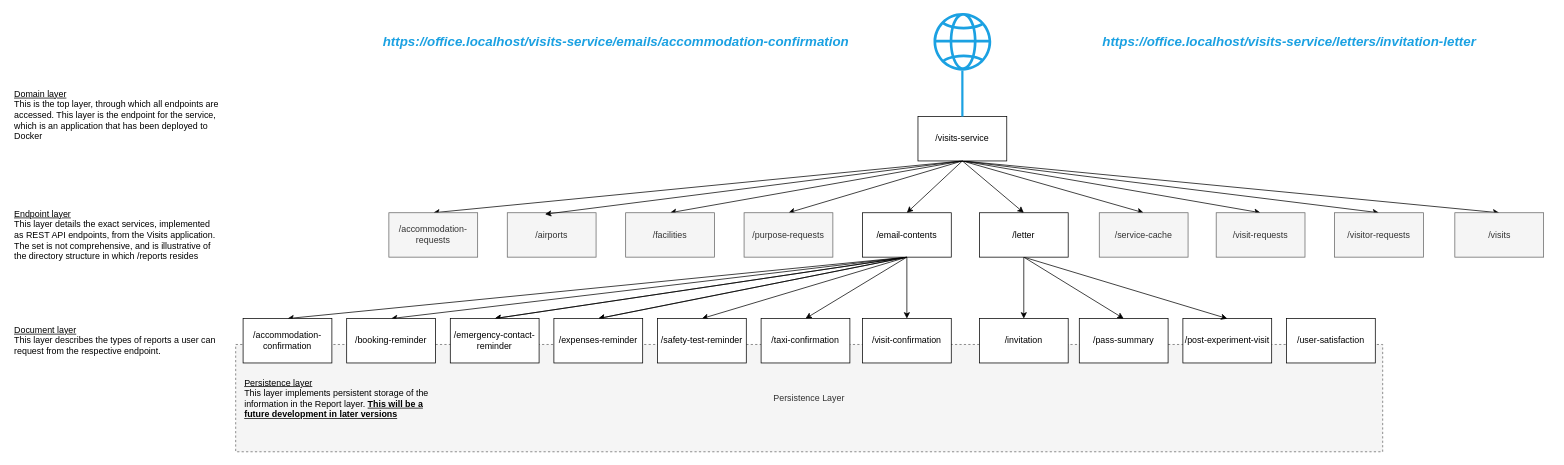
Earlier version of the draw.io diagram Service URL hierarchy.drawio (ambolt314/FinalProjectDesign). Source tidied: cells renumbered, new cells numbered last; positions are measured from the earlier drawing's top-left corner, leaving out a move shared by most shapes. Both pictures are drawn from the tidied source at 74%, with x=0, y=0 at pixel (13, 13).
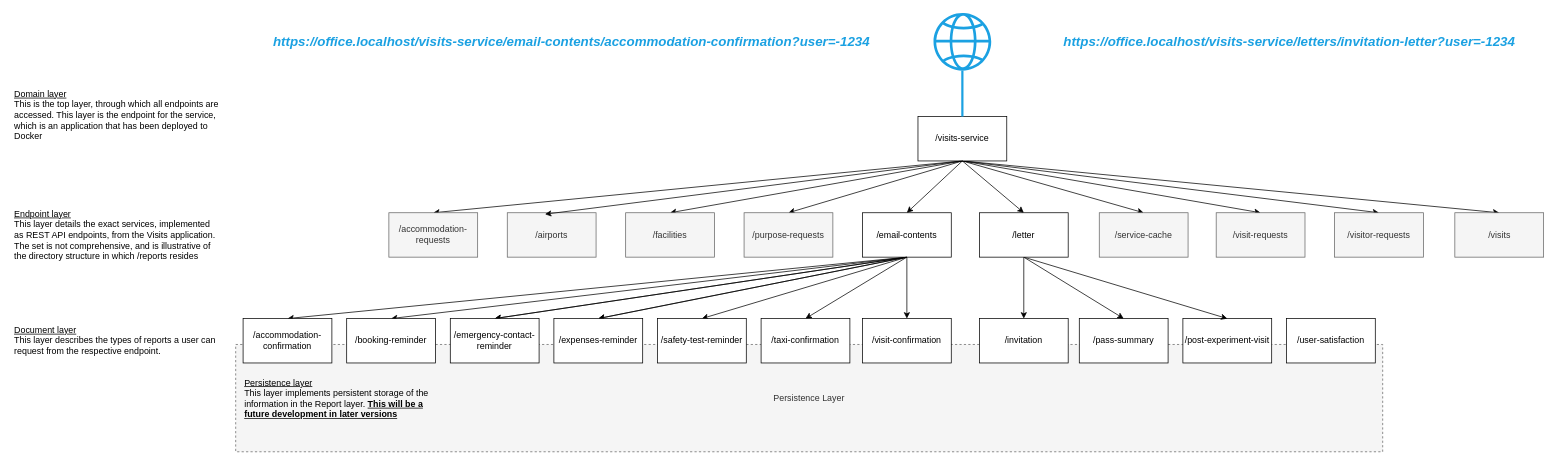
After the change.

What changed in the source:
```diff
@@
-    <mxCell id="34" value="&lt;div align=&quot;center&quot;&gt;&lt;font color=&quot;#1ba1e2&quot;&gt;&lt;i&gt;&lt;font style=&quot;font-size: 18px;&quot;&gt;&lt;b&gt;https://office.localhost/visits-service/emails/accommodation-confirmation&lt;/b&gt;&lt;/font&gt;&lt;/i&gt;&lt;/font&gt;&lt;/div&gt;" style="text;html=1;align=center;verticalAlign=middle;whiteSpace=wrap;rounded=0;" parent="1" vertex="1">
-      <mxGeometry x="461" y="24" width="708" height="30" as="geometry" />
+    <mxCell id="34" value="&lt;div align=&quot;center&quot;&gt;&lt;font color=&quot;#1ba1e2&quot;&gt;&lt;i&gt;&lt;font style=&quot;font-size: 18px;&quot;&gt;&lt;b&gt;https://office.localhost/visits-service/email-contents/accommodation-confirmation?user=-1234&lt;/b&gt;&lt;/font&gt;&lt;/i&gt;&lt;/font&gt;&lt;/div&gt;" style="text;html=1;align=center;verticalAlign=middle;whiteSpace=wrap;rounded=0;" parent="1" vertex="1">
+      <mxGeometry x="341" y="24" width="828" height="30" as="geometry" />
     </mxCell>
@@
-    <mxCell id="54" value="&lt;div align=&quot;center&quot;&gt;&lt;font color=&quot;#1ba1e2&quot;&gt;&lt;i&gt;&lt;font style=&quot;font-size: 18px;&quot;&gt;&lt;b&gt;https://office.localhost/visits-service/letters/invitation-letter&lt;/b&gt;&lt;/font&gt;&lt;/i&gt;&lt;/font&gt;&lt;/div&gt;" style="text;html=1;align=center;verticalAlign=middle;whiteSpace=wrap;rounded=0;" parent="1" vertex="1">
+    <mxCell id="54" value="&lt;div align=&quot;center&quot;&gt;&lt;font color=&quot;#1ba1e2&quot;&gt;&lt;i&gt;&lt;font style=&quot;font-size: 18px;&quot;&gt;&lt;b&gt;https://office.localhost/visits-service/letters/invitation-letter?user=-1234&lt;/b&gt;&lt;/font&gt;&lt;/i&gt;&lt;/font&gt;&lt;/div&gt;" style="text;html=1;align=center;verticalAlign=middle;whiteSpace=wrap;rounded=0;" parent="1" vertex="1">
       <mxGeometry x="1371" y="24" width="708" height="30" as="geometry" />
     </mxCell>
```
